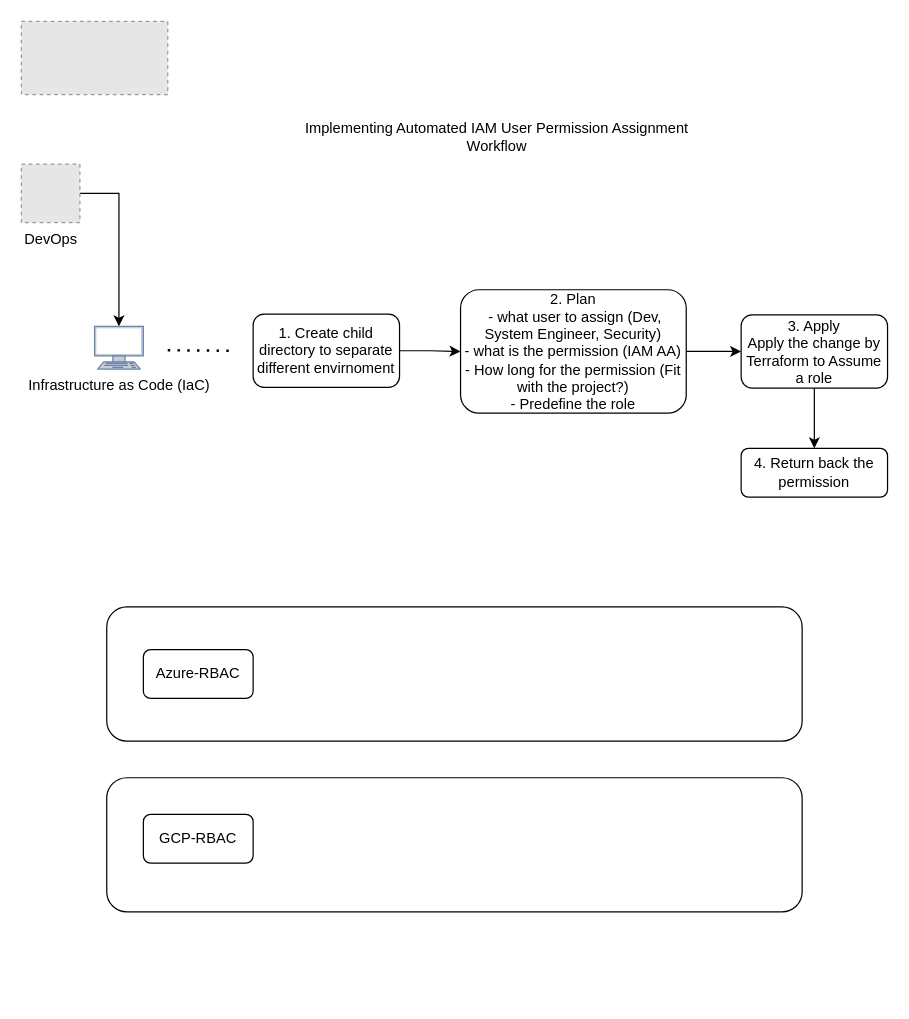
The draw.io diagram Terraform-Cloud-RBAC.drawio in Tonyfu09/AWS, before the edit. Source tidied: cells renumbered, new cells numbered last; positions are measured from the earlier drawing's top-left corner, leaving out a move shared by most shapes. Both pictures are drawn from the tidied source at 122%, with x=0, y=0 at pixel (21, 21). Pictures stored in the file or linked from it are replaced by grey dashed boxes.
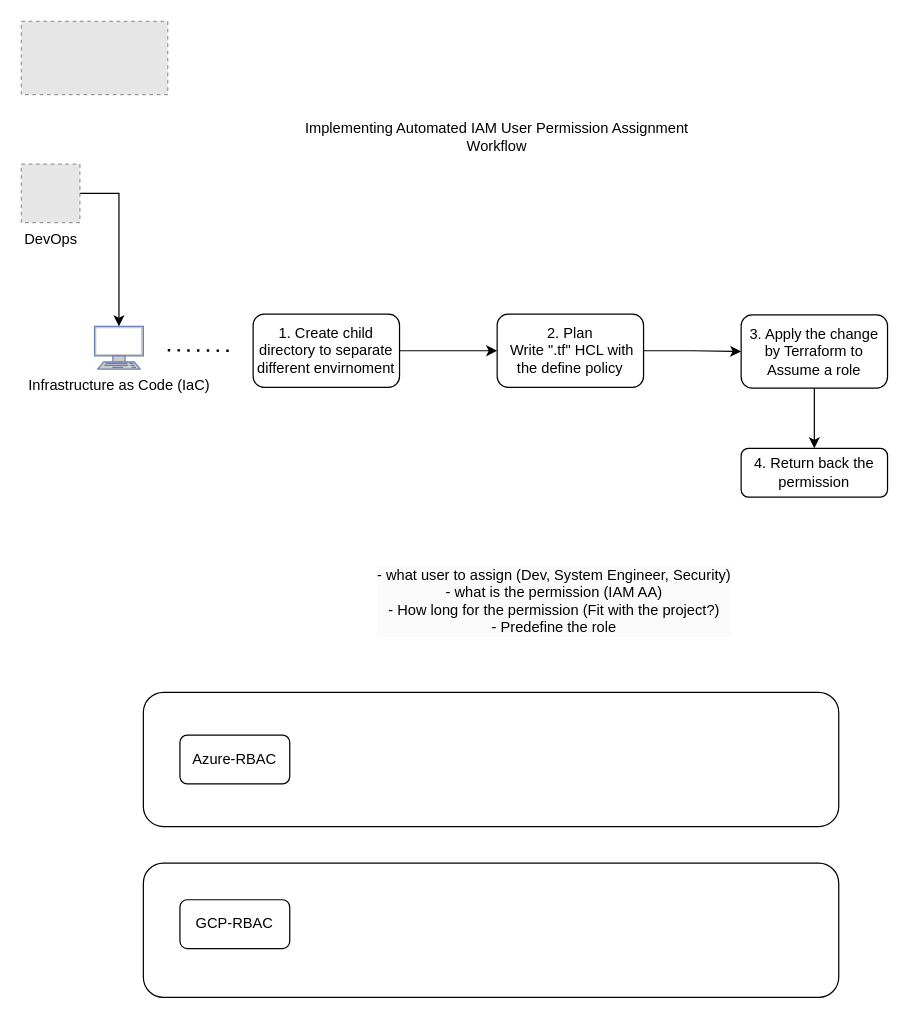
After the change.

The edit, as a diff of the source:
```diff
@@
     <mxCell id="2" style="rounded=1;whiteSpace=wrap;html=1;fillColor=none;" parent="1" vertex="1">
-      <mxGeometry x="70" y="480" width="570" height="110" as="geometry" />
+      <mxGeometry x="100" y="550" width="570" height="110" as="geometry" />
     </mxCell>
     <mxCell id="3" style="rounded=1;whiteSpace=wrap;html=1;fillColor=none;" parent="1" vertex="1">
-      <mxGeometry x="70" y="620" width="570" height="110" as="geometry" />
+      <mxGeometry x="100" y="690" width="570" height="110" as="geometry" />
     </mxCell>
@@
-    <mxCell id="5" value="2. Plan &lt;br&gt;&lt;div style=&quot;&quot;&gt;&lt;span style=&quot;background-color: initial;&quot;&gt;&amp;nbsp;- what user to assign (Dev, System Engineer, Security)&lt;/span&gt;&lt;/div&gt;&lt;div style=&quot;&quot;&gt;&lt;span style=&quot;background-color: initial;&quot;&gt;- what is the permission (IAM AA)&lt;/span&gt;&lt;/div&gt;&lt;div style=&quot;&quot;&gt;&lt;span style=&quot;background-color: initial;&quot;&gt;- How long for the permission (Fit with the project?)&lt;/span&gt;&lt;/div&gt;&lt;div style=&quot;&quot;&gt;&lt;span style=&quot;background-color: initial;&quot;&gt;- Predefine the role&lt;/span&gt;&lt;/div&gt;" style="rounded=1;whiteSpace=wrap;html=1;gradientColor=none;align=center;" parent="1" vertex="1">
-      <mxGeometry x="360" y="220" width="185" height="101.2" as="geometry" />
+    <mxCell id="5" value="2. Plan &lt;br&gt;&lt;div style=&quot;&quot;&gt;&lt;span style=&quot;background-color: initial;&quot;&gt;&amp;nbsp;Write &quot;.tf&quot; HCL with the define policy&lt;/span&gt;&lt;/div&gt;" style="rounded=1;whiteSpace=wrap;html=1;gradientColor=none;align=center;" parent="1" vertex="1">
+      <mxGeometry x="390" y="240" width="120" height="60" as="geometry" />
     </mxCell>
     <mxCell id="6" value="Azure-RBAC" style="rounded=1;whiteSpace=wrap;html=1;" parent="1" vertex="1">
-      <mxGeometry x="100" y="515" width="90" height="40" as="geometry" />
+      <mxGeometry x="130" y="585" width="90" height="40" as="geometry" />
     </mxCell>
     <mxCell id="7" value="GCP-RBAC" style="rounded=1;whiteSpace=wrap;html=1;" parent="1" vertex="1">
-      <mxGeometry x="100" y="650" width="90" height="40" as="geometry" />
+      <mxGeometry x="130" y="720" width="90" height="40" as="geometry" />
     </mxCell>
@@
-    <mxCell id="15" value="3. Apply&lt;br&gt;Apply the change by Terraform to Assume a role" style="whiteSpace=wrap;html=1;rounded=1;gradientColor=none;" parent="1" vertex="1">
+    <mxCell id="15" value="3. Apply the change by Terraform to Assume a role" style="whiteSpace=wrap;html=1;rounded=1;gradientColor=none;" parent="1" vertex="1">
       <mxGeometry x="590" y="240.6" width="120" height="60" as="geometry" />
     </mxCell>
@@
+    <mxCell id="19" value="&lt;div style=&quot;border-color: var(--border-color); color: rgb(0, 0, 0); font-family: Helvetica; font-size: 12px; font-style: normal; font-variant-ligatures: normal; font-variant-caps: normal; font-weight: 400; letter-spacing: normal; orphans: 2; text-align: center; text-indent: 0px; text-transform: none; widows: 2; word-spacing: 0px; -webkit-text-stroke-width: 0px; background-color: rgb(251, 251, 251); text-decoration-thickness: initial; text-decoration-style: initial; text-decoration-color: initial;&quot;&gt;&lt;span style=&quot;border-color: var(--border-color); background-color: initial;&quot;&gt;- what user to assign (Dev, System Engineer, Security)&lt;/span&gt;&lt;/div&gt;&lt;div style=&quot;border-color: var(--border-color); color: rgb(0, 0, 0); font-family: Helvetica; font-size: 12px; font-style: normal; font-variant-ligatures: normal; font-variant-caps: normal; font-weight: 400; letter-spacing: normal; orphans: 2; text-align: center; text-indent: 0px; text-transform: none; widows: 2; word-spacing: 0px; -webkit-text-stroke-width: 0px; background-color: rgb(251, 251, 251); text-decoration-thickness: initial; text-decoration-style: initial; text-decoration-color: initial;&quot;&gt;&lt;span style=&quot;border-color: var(--border-color); background-color: initial;&quot;&gt;- what is the permission (IAM AA)&lt;/span&gt;&lt;/div&gt;&lt;div style=&quot;border-color: var(--border-color); color: rgb(0, 0, 0); font-family: Helvetica; font-size: 12px; font-style: normal; font-variant-ligatures: normal; font-variant-caps: normal; font-weight: 400; letter-spacing: normal; orphans: 2; text-align: center; text-indent: 0px; text-transform: none; widows: 2; word-spacing: 0px; -webkit-text-stroke-width: 0px; background-color: rgb(251, 251, 251); text-decoration-thickness: initial; text-decoration-style: initial; text-decoration-color: initial;&quot;&gt;&lt;span style=&quot;border-color: var(--border-color); background-color: initial;&quot;&gt;- How long for the permission (Fit with the project?)&lt;/span&gt;&lt;/div&gt;&lt;div style=&quot;border-color: var(--border-color); color: rgb(0, 0, 0); font-family: Helvetica; font-size: 12px; font-style: normal; font-variant-ligatures: normal; font-variant-caps: normal; font-weight: 400; letter-spacing: normal; orphans: 2; text-align: center; text-indent: 0px; text-transform: none; widows: 2; word-spacing: 0px; -webkit-text-stroke-width: 0px; background-color: rgb(251, 251, 251); text-decoration-thickness: initial; text-decoration-style: initial; text-decoration-color: initial;&quot;&gt;&lt;span style=&quot;border-color: var(--border-color); background-color: initial;&quot;&gt;- Predefine the role&lt;/span&gt;&lt;/div&gt;" style="text;whiteSpace=wrap;html=1;" parent="1" vertex="1">
+      <mxGeometry x="290" y="440" width="320" height="80" as="geometry" />
+    </mxCell>
```
